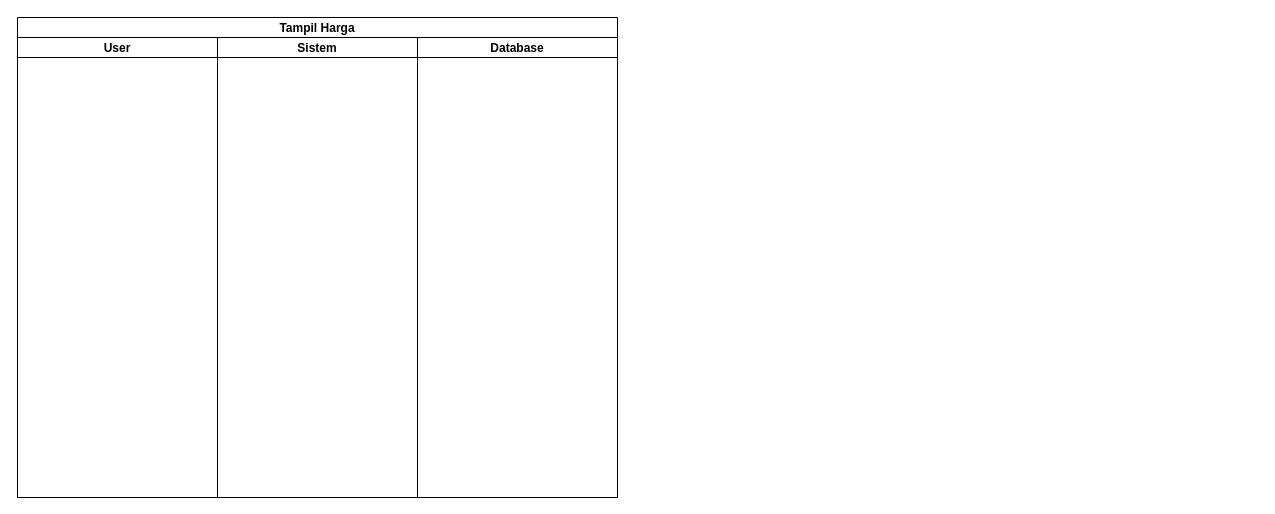
Above: activityDiagram/pengaturan harga.drawio in IsaacRK/Riset-IM (draw.io), before the change. Source tidied: cells renumbered, new cells numbered last; positions are measured from the earlier drawing's top-left corner, leaving out a move shared by most shapes. Both pictures are drawn from the tidied source at 100%, with x=0, y=0 at pixel (17, 17).
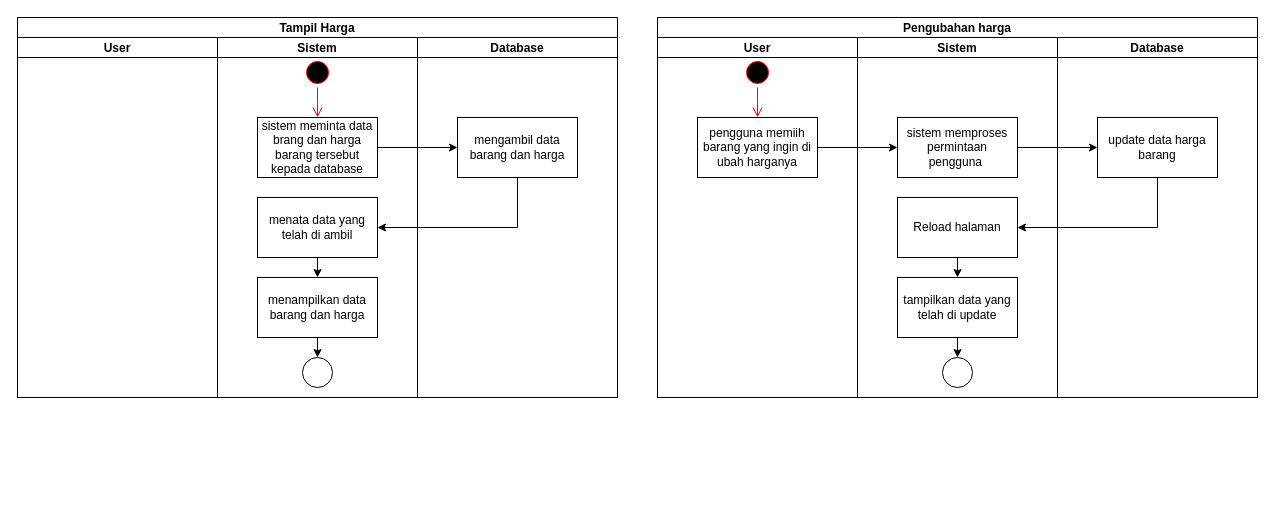
After the change.

What changed in the source:
```diff
@@
     <mxCell id="2" value="Tampil Harga" style="swimlane;startSize=20;" parent="1" vertex="1">
-      <mxGeometry width="600" height="480" as="geometry" />
+      <mxGeometry width="600" height="380" as="geometry" />
     </mxCell>
     <mxCell id="3" value="User" style="swimlane;startSize=20;" parent="2" vertex="1">
-      <mxGeometry y="20" width="200" height="460" as="geometry" />
+      <mxGeometry y="20" width="200" height="360" as="geometry" />
     </mxCell>
     <mxCell id="4" value="Sistem" style="swimlane;startSize=20;" parent="2" vertex="1">
-      <mxGeometry x="200" y="20" width="200" height="460" as="geometry" />
+      <mxGeometry x="200" y="20" width="200" height="360" as="geometry" />
     </mxCell>
+    <mxCell id="6" style="ellipse;html=1;shape=startState;fillColor=#000000;strokeColor=#ff0000;" parent="4" vertex="1">
+      <mxGeometry x="85" y="20" width="30" height="30" as="geometry" />
+    </mxCell>
+    <mxCell id="7" style="edgeStyle=orthogonalEdgeStyle;html=1;verticalAlign=bottom;endArrow=open;endSize=8;strokeColor=#ff0000;rounded=0;" parent="4" edge="1" source="6">
+      <mxGeometry relative="1" as="geometry">
+        <mxPoint x="100" y="80" as="targetPoint" />
+      </mxGeometry>
+    </mxCell>
+    <mxCell id="8" value="sistem meminta data brang dan harga barang tersebut kepada database" style="rounded=0;whiteSpace=wrap;html=1;" parent="4" vertex="1">
+      <mxGeometry x="40" y="80" width="120" height="60" as="geometry" />
+    </mxCell>
+    <mxCell id="9" style="edgeStyle=orthogonalEdgeStyle;rounded=0;jettySize=auto;html=1;exitX=0.5;exitY=1;exitDx=0;exitDy=0;entryX=0.5;entryY=0;entryDx=0;entryDy=0;" parent="4" edge="1" source="10" target="12">
+      <mxGeometry relative="1" as="geometry" />
+    </mxCell>
+    <mxCell id="10" value="menata data yang telah di ambil" style="rounded=0;whiteSpace=wrap;html=1;" parent="4" vertex="1">
+      <mxGeometry x="40" y="160" width="120" height="60" as="geometry" />
+    </mxCell>
+    <mxCell id="11" style="edgeStyle=orthogonalEdgeStyle;rounded=0;jettySize=auto;html=1;exitX=0.5;exitY=1;exitDx=0;exitDy=0;entryX=0.5;entryY=0;entryDx=0;entryDy=0;" parent="4" edge="1" source="12" target="13">
+      <mxGeometry relative="1" as="geometry" />
+    </mxCell>
+    <mxCell id="12" value="menampilkan data barang dan harga" style="rounded=0;whiteSpace=wrap;html=1;" parent="4" vertex="1">
+      <mxGeometry x="40" y="240" width="120" height="60" as="geometry" />
+    </mxCell>
+    <mxCell id="13" style="ellipse;whiteSpace=wrap;html=1;" parent="4" vertex="1">
+      <mxGeometry x="85" y="320" width="30" height="30" as="geometry" />
+    </mxCell>
     <mxCell id="5" value="Database" style="swimlane;startSize=20;" parent="2" vertex="1">
-      <mxGeometry x="400" y="20" width="200" height="460" as="geometry" />
+      <mxGeometry x="400" y="20" width="200" height="360" as="geometry" />
     </mxCell>
+    <mxCell id="14" value="mengambil data barang dan harga" style="rounded=0;whiteSpace=wrap;html=1;" parent="5" vertex="1">
+      <mxGeometry x="40" y="80" width="120" height="60" as="geometry" />
+    </mxCell>
+    <mxCell id="15" style="edgeStyle=orthogonalEdgeStyle;rounded=0;jettySize=auto;html=1;exitX=1;exitY=0.5;exitDx=0;exitDy=0;entryX=0;entryY=0.5;entryDx=0;entryDy=0;" parent="2" edge="1" source="8" target="14">
+      <mxGeometry relative="1" as="geometry" />
+    </mxCell>
+    <mxCell id="16" style="edgeStyle=orthogonalEdgeStyle;rounded=0;jettySize=auto;html=1;exitX=0.5;exitY=1;exitDx=0;exitDy=0;entryX=1;entryY=0.5;entryDx=0;entryDy=0;" parent="2" edge="1" source="14" target="10">
+      <mxGeometry relative="1" as="geometry" />
+    </mxCell>
+    <mxCell id="17" value="Pengubahan harga" style="swimlane;startSize=20;" parent="1" vertex="1">
+      <mxGeometry x="640" width="600" height="380" as="geometry" />
+    </mxCell>
+    <mxCell id="18" value="User" style="swimlane;startSize=20;" parent="17" vertex="1">
+      <mxGeometry y="20" width="200" height="360" as="geometry" />
+    </mxCell>
+    <mxCell id="19" style="ellipse;html=1;shape=startState;fillColor=#000000;strokeColor=#ff0000;" parent="18" vertex="1">
+      <mxGeometry x="85" y="20" width="30" height="30" as="geometry" />
+    </mxCell>
+    <mxCell id="20" style="edgeStyle=orthogonalEdgeStyle;html=1;verticalAlign=bottom;endArrow=open;endSize=8;strokeColor=#ff0000;rounded=0;" parent="18" edge="1" source="19">
+      <mxGeometry relative="1" as="geometry">
+        <mxPoint x="100" y="80" as="targetPoint" />
+      </mxGeometry>
+    </mxCell>
+    <mxCell id="21" value="pengguna memiih barang yang ingin di ubah harganya" style="rounded=0;whiteSpace=wrap;html=1;" parent="18" vertex="1">
+      <mxGeometry x="40" y="80" width="120" height="60" as="geometry" />
+    </mxCell>
+    <mxCell id="22" value="Sistem" style="swimlane;startSize=20;" parent="17" vertex="1">
+      <mxGeometry x="200" y="20" width="200" height="360" as="geometry" />
+    </mxCell>
+    <mxCell id="23" value="sistem memproses permintaan pengguna&amp;nbsp;" style="rounded=0;whiteSpace=wrap;html=1;" parent="22" vertex="1">
+      <mxGeometry x="40" y="80" width="120" height="60" as="geometry" />
+    </mxCell>
+    <mxCell id="24" style="edgeStyle=orthogonalEdgeStyle;rounded=0;jettySize=auto;html=1;exitX=0.5;exitY=1;exitDx=0;exitDy=0;entryX=0.5;entryY=0;entryDx=0;entryDy=0;" parent="22" edge="1" source="25" target="27">
+      <mxGeometry relative="1" as="geometry" />
+    </mxCell>
+    <mxCell id="25" value="Reload halaman" style="rounded=0;whiteSpace=wrap;html=1;" parent="22" vertex="1">
+      <mxGeometry x="40" y="160" width="120" height="60" as="geometry" />
+    </mxCell>
+    <mxCell id="26" style="edgeStyle=orthogonalEdgeStyle;rounded=0;jettySize=auto;html=1;exitX=0.5;exitY=1;exitDx=0;exitDy=0;entryX=0.5;entryY=0;entryDx=0;entryDy=0;" parent="22" edge="1" source="27" target="28">
+      <mxGeometry relative="1" as="geometry" />
+    </mxCell>
+    <mxCell id="27" value="tampilkan data yang telah di update" style="rounded=0;whiteSpace=wrap;html=1;" parent="22" vertex="1">
+      <mxGeometry x="40" y="240" width="120" height="60" as="geometry" />
+    </mxCell>
+    <mxCell id="28" style="ellipse;whiteSpace=wrap;html=1;" parent="22" vertex="1">
+      <mxGeometry x="85" y="320" width="30" height="30" as="geometry" />
+    </mxCell>
+    <mxCell id="29" value="Database" style="swimlane;startSize=20;" parent="17" vertex="1">
+      <mxGeometry x="400" y="20" width="200" height="360" as="geometry" />
+    </mxCell>
+    <mxCell id="30" value="update data harga barang" style="rounded=0;whiteSpace=wrap;html=1;" parent="29" vertex="1">
+      <mxGeometry x="40" y="80" width="120" height="60" as="geometry" />
+    </mxCell>
+    <mxCell id="31" style="edgeStyle=orthogonalEdgeStyle;rounded=0;jettySize=auto;html=1;exitX=1;exitY=0.5;exitDx=0;exitDy=0;entryX=0;entryY=0.5;entryDx=0;entryDy=0;" parent="17" edge="1" source="21" target="23">
+      <mxGeometry relative="1" as="geometry" />
+    </mxCell>
+    <mxCell id="32" style="edgeStyle=orthogonalEdgeStyle;rounded=0;jettySize=auto;html=1;exitX=1;exitY=0.5;exitDx=0;exitDy=0;entryX=0;entryY=0.5;entryDx=0;entryDy=0;" parent="17" edge="1" source="23" target="30">
+      <mxGeometry relative="1" as="geometry" />
+    </mxCell>
+    <mxCell id="33" style="edgeStyle=orthogonalEdgeStyle;rounded=0;jettySize=auto;html=1;exitX=0.5;exitY=1;exitDx=0;exitDy=0;entryX=1;entryY=0.5;entryDx=0;entryDy=0;" parent="17" edge="1" source="30" target="25">
+      <mxGeometry relative="1" as="geometry" />
+    </mxCell>
```
